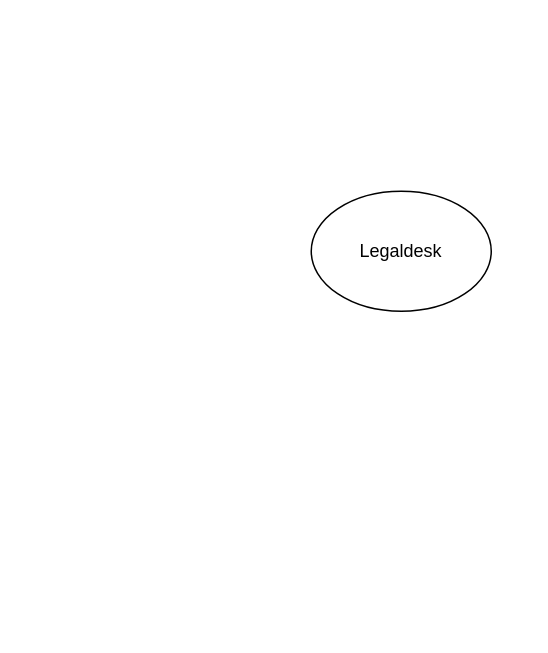
Before: Untitled Diagram.drawio in pwintphyu/Drawings, a draw.io diagram. Source tidied: cells renumbered, new cells numbered last; positions are measured from the earlier drawing's top-left corner, leaving out a move shared by most shapes. Both pictures are drawn from the tidied source at 150%, with x=0, y=0 at pixel (310, 190).
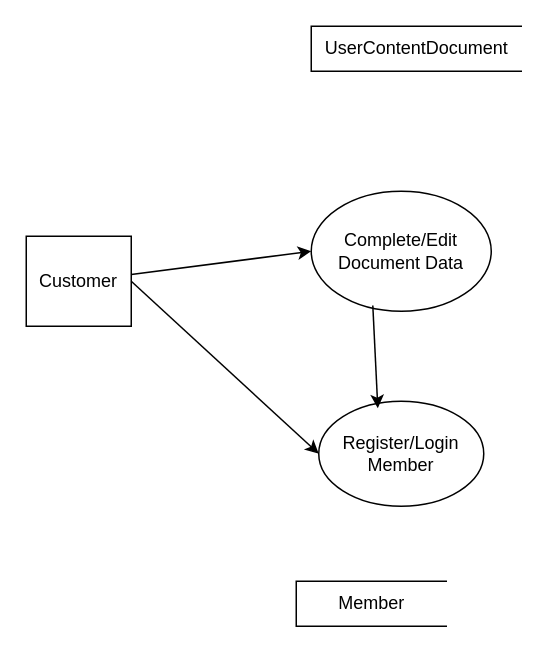
The same diagram, later.

What changed in the source:
```diff
@@
 <mxGraphModel>
   <root>
     <mxCell id="0" />
     <mxCell id="1" parent="0" />
-    <mxCell id="2" value="Legaldesk" style="ellipse;whiteSpace=wrap;html=1;" parent="1" vertex="1">
+    <mxCell id="2" value="Complete/Edit Document Data&lt;br&gt;" style="ellipse;whiteSpace=wrap;html=1;" parent="1" vertex="1">
       <mxGeometry width="120" height="80" as="geometry" />
     </mxCell>
+    <mxCell id="3" value="Customer" style="rounded=0;whiteSpace=wrap;html=1;" parent="1" vertex="1">
+      <mxGeometry x="-190" y="30" width="70" height="60" as="geometry" />
+    </mxCell>
+    <mxCell id="4" value="Register/Login Member&lt;br&gt;" style="ellipse;whiteSpace=wrap;html=1;" parent="1" vertex="1">
+      <mxGeometry x="5" y="140" width="110" height="70" as="geometry" />
+    </mxCell>
+    <mxCell id="5" value="Member" style="html=1;dashed=0;whitespace=wrap;shape=partialRectangle;right=0;fillColor=none;" parent="1" vertex="1">
+      <mxGeometry x="-10" y="260" width="100" height="30" as="geometry" />
+    </mxCell>
+    <mxCell id="6" value="UserContentDocument" style="html=1;dashed=0;whitespace=wrap;shape=partialRectangle;right=0;fillColor=none;" parent="1" vertex="1">
+      <mxGeometry y="-110" width="140" height="30" as="geometry" />
+    </mxCell>
+    <mxCell id="7" style="endArrow=classic;html=1;entryX=0;entryY=0.5;entryDx=0;entryDy=0;" parent="1" edge="1" source="3" target="2">
+      <mxGeometry relative="1" as="geometry" />
+    </mxCell>
+    <mxCell id="8" style="endArrow=classic;html=1;exitX=1;exitY=0.5;exitDx=0;exitDy=0;entryX=0;entryY=0.5;entryDx=0;entryDy=0;" parent="1" edge="1" source="3" target="4">
+      <mxGeometry relative="1" as="geometry" />
+    </mxCell>
+    <mxCell id="9" style="endArrow=classic;html=1;entryX=0.358;entryY=0.067;entryDx=0;entryDy=0;entryPerimeter=0;exitX=0.342;exitY=0.952;exitDx=0;exitDy=0;exitPerimeter=0;" parent="1" edge="1" source="2" target="4">
+      <mxGeometry relative="1" as="geometry" />
+    </mxCell>
   </root>
 </mxGraphModel>
```
